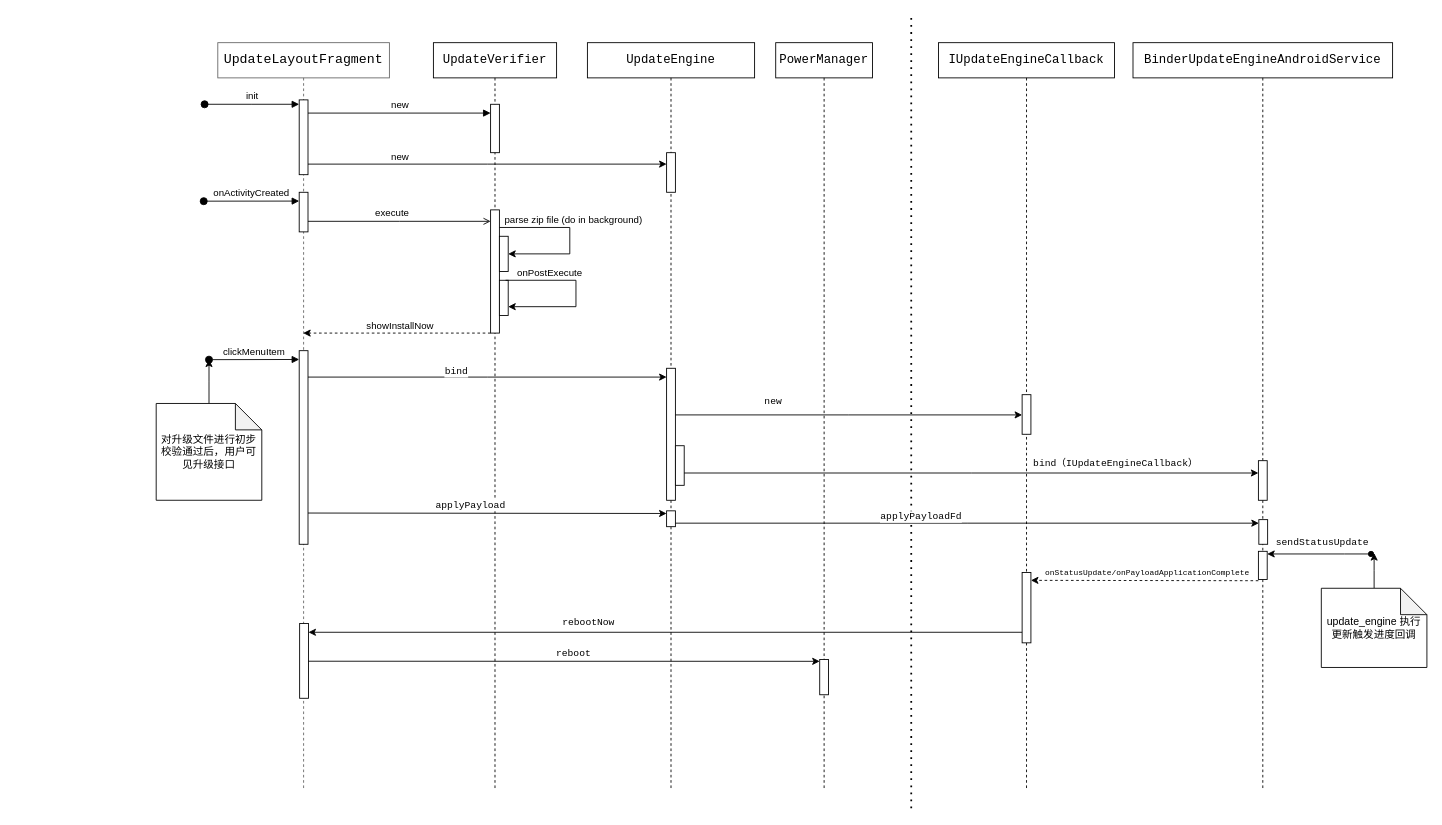
Earlier version of the draw.io diagram oat_update_engine_app.drawio (lklklk2017/TestDemo). Source tidied: cells renumbered, new cells numbered last; positions are measured from the earlier drawing's top-left corner, leaving out a move shared by most shapes. Both pictures are drawn from the tidied source at 88%, with x=0, y=0 at pixel (156, 16).
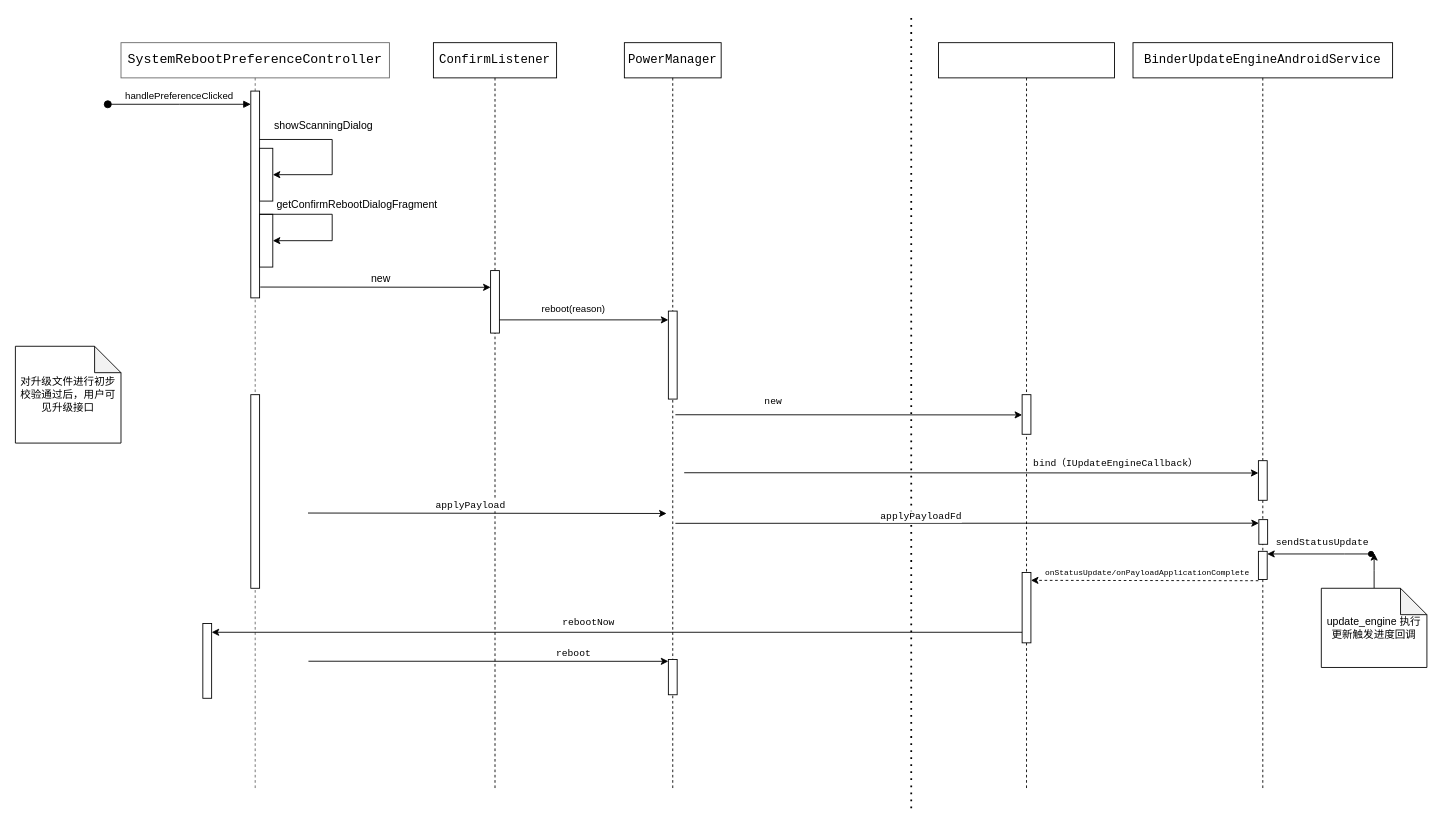
The same page after the edit.

The change refers to these unchanged cells:
```xml
<mxCell id="17" style="html=1;points=[];perimeter=orthogonalPerimeter;outlineConnect=0;targetShapes=umlLifeline;portConstraint=eastwest;newEdgeStyle={&quot;edgeStyle&quot;:&quot;elbowEdgeStyle&quot;,&quot;elbow&quot;:&quot;vertical&quot;,&quot;curved&quot;:0,&quot;rounded&quot;:0};" parent="15" vertex="1">
  <mxGeometry x="95" y="400" width="10" height="45" as="geometry" />
</mxCell>
<mxCell id="28" style="html=1;points=[];perimeter=orthogonalPerimeter;outlineConnect=0;targetShapes=umlLifeline;portConstraint=eastwest;newEdgeStyle={&quot;edgeStyle&quot;:&quot;elbowEdgeStyle&quot;,&quot;elbow&quot;:&quot;vertical&quot;,&quot;curved&quot;:0,&quot;rounded&quot;:0};" parent="27" vertex="1">
  <mxGeometry x="142.5" y="475" width="10" height="45" as="geometry" />
</mxCell>
<mxCell id="30" style="html=1;points=[];perimeter=orthogonalPerimeter;outlineConnect=0;targetShapes=umlLifeline;portConstraint=eastwest;newEdgeStyle={&quot;edgeStyle&quot;:&quot;elbowEdgeStyle&quot;,&quot;elbow&quot;:&quot;vertical&quot;,&quot;curved&quot;:0,&quot;rounded&quot;:0};" parent="27" vertex="1">
  <mxGeometry x="143" y="542" width="10" height="28" as="geometry" />
</mxCell>
```

The edit, as a diff of the source:
```diff
@@
-    <mxCell id="2" value="&lt;div style=&quot;font-family: &amp;quot;Source Code Pro&amp;quot;, monospace; font-size: 11.3pt;&quot;&gt;&lt;font style=&quot;&quot; color=&quot;#000000&quot;&gt;UpdateLayoutFragment&lt;/font&gt;&lt;/div&gt;" style="shape=umlLifeline;perimeter=lifelinePerimeter;whiteSpace=wrap;html=1;outlineConnect=0;portConstraint=eastwest;newEdgeStyle={&quot;edgeStyle&quot;:&quot;elbowEdgeStyle&quot;,&quot;elbow&quot;:&quot;vertical&quot;,&quot;curved&quot;:0,&quot;rounded&quot;:0};fillColor=default;fontColor=#333333;strokeColor=#666666;" parent="1" vertex="1">
-      <mxGeometry x="70" y="30" width="195" height="850" as="geometry" />
+    <mxCell id="2" value="&lt;div style=&quot;font-family: &amp;quot;Source Code Pro&amp;quot;, monospace; font-size: 11.3pt;&quot;&gt;&lt;font color=&quot;#000000&quot;&gt;SystemRebootPreferenceController&lt;/font&gt;&lt;/div&gt;" style="shape=umlLifeline;perimeter=lifelinePerimeter;whiteSpace=wrap;html=1;outlineConnect=0;portConstraint=eastwest;newEdgeStyle={&quot;edgeStyle&quot;:&quot;elbowEdgeStyle&quot;,&quot;elbow&quot;:&quot;vertical&quot;,&quot;curved&quot;:0,&quot;rounded&quot;:0};fillColor=default;fontColor=#333333;strokeColor=#666666;" parent="1" vertex="1">
+      <mxGeometry x="-40" y="30" width="305" height="850" as="geometry" />
     </mxCell>
     <mxCell id="3" style="html=1;points=[];perimeter=orthogonalPerimeter;outlineConnect=0;targetShapes=umlLifeline;portConstraint=eastwest;newEdgeStyle={&quot;edgeStyle&quot;:&quot;elbowEdgeStyle&quot;,&quot;elbow&quot;:&quot;vertical&quot;,&quot;curved&quot;:0,&quot;rounded&quot;:0};" parent="2" vertex="1">
-      <mxGeometry x="92.5" y="65" width="10" height="85" as="geometry" />
+      <mxGeometry x="147.5" y="55" width="10" height="235" as="geometry" />
     </mxCell>
-    <mxCell id="4" value="init" style="html=1;verticalAlign=bottom;startArrow=oval;endArrow=block;startSize=8;edgeStyle=elbowEdgeStyle;elbow=vertical;curved=0;rounded=0;" parent="2" edge="1" target="3">
+    <mxCell id="4" value="handlePreferenceClicked" style="html=1;verticalAlign=bottom;startArrow=oval;endArrow=block;startSize=8;edgeStyle=elbowEdgeStyle;elbow=vertical;curved=0;rounded=0;" parent="2" edge="1" target="3">
       <mxGeometry relative="1" as="geometry">
         <mxPoint x="-15" y="70" as="sourcePoint" />
       </mxGeometry>
     </mxCell>
-    <mxCell id="5" style="html=1;points=[];perimeter=orthogonalPerimeter;outlineConnect=0;targetShapes=umlLifeline;portConstraint=eastwest;newEdgeStyle={&quot;edgeStyle&quot;:&quot;elbowEdgeStyle&quot;,&quot;elbow&quot;:&quot;vertical&quot;,&quot;curved&quot;:0,&quot;rounded&quot;:0};" parent="2" vertex="1">
-      <mxGeometry x="92.5" y="170" width="10" height="45" as="geometry" />
-    </mxCell>
     <mxCell id="6" style="html=1;points=[];perimeter=orthogonalPerimeter;outlineConnect=0;targetShapes=umlLifeline;portConstraint=eastwest;newEdgeStyle={&quot;edgeStyle&quot;:&quot;elbowEdgeStyle&quot;,&quot;elbow&quot;:&quot;vertical&quot;,&quot;curved&quot;:0,&quot;rounded&quot;:0};" parent="2" vertex="1">
-      <mxGeometry x="92.5" y="350" width="10" height="220" as="geometry" />
+      <mxGeometry x="147.5" y="400" width="10" height="220" as="geometry" />
     </mxCell>
@@
-    <mxCell id="8" value="&lt;div style=&quot;font-family: &amp;quot;Source Code Pro&amp;quot;, monospace; font-size: 11.3pt;&quot;&gt;&lt;div style=&quot;font-size: 10.5pt;&quot;&gt;UpdateEngine&lt;/div&gt;&lt;/div&gt;" style="shape=umlLifeline;perimeter=lifelinePerimeter;whiteSpace=wrap;html=1;outlineConnect=0;portConstraint=eastwest;newEdgeStyle={&quot;edgeStyle&quot;:&quot;elbowEdgeStyle&quot;,&quot;elbow&quot;:&quot;vertical&quot;,&quot;curved&quot;:0,&quot;rounded&quot;:0};" parent="1" vertex="1">
-      <mxGeometry x="490" y="30" width="190" height="850" as="geometry" />
-    </mxCell>
-    <mxCell id="9" style="html=1;points=[];perimeter=orthogonalPerimeter;outlineConnect=0;targetShapes=umlLifeline;portConstraint=eastwest;newEdgeStyle={&quot;edgeStyle&quot;:&quot;elbowEdgeStyle&quot;,&quot;elbow&quot;:&quot;vertical&quot;,&quot;curved&quot;:0,&quot;rounded&quot;:0};" parent="8" vertex="1">
-      <mxGeometry x="90" y="370" width="10" height="150" as="geometry" />
-    </mxCell>
-    <mxCell id="10" style="html=1;points=[];perimeter=orthogonalPerimeter;outlineConnect=0;targetShapes=umlLifeline;portConstraint=eastwest;newEdgeStyle={&quot;edgeStyle&quot;:&quot;elbowEdgeStyle&quot;,&quot;elbow&quot;:&quot;vertical&quot;,&quot;curved&quot;:0,&quot;rounded&quot;:0};" parent="8" vertex="1">
-      <mxGeometry x="90" y="125" width="10" height="45" as="geometry" />
-    </mxCell>
-    <mxCell id="11" style="html=1;points=[];perimeter=orthogonalPerimeter;outlineConnect=0;targetShapes=umlLifeline;portConstraint=eastwest;newEdgeStyle={&quot;edgeStyle&quot;:&quot;elbowEdgeStyle&quot;,&quot;elbow&quot;:&quot;vertical&quot;,&quot;curved&quot;:0,&quot;rounded&quot;:0};" parent="8" vertex="1">
-      <mxGeometry x="100" y="458" width="10" height="45" as="geometry" />
-    </mxCell>
-    <mxCell id="12" style="edgeStyle=elbowEdgeStyle;rounded=0;jettySize=auto;html=1;elbow=vertical;curved=0;" parent="8" edge="1" source="13" target="8">
-      <mxGeometry relative="1" as="geometry" />
-    </mxCell>
-    <mxCell id="13" style="html=1;points=[];perimeter=orthogonalPerimeter;outlineConnect=0;targetShapes=umlLifeline;portConstraint=eastwest;newEdgeStyle={&quot;edgeStyle&quot;:&quot;elbowEdgeStyle&quot;,&quot;elbow&quot;:&quot;vertical&quot;,&quot;curved&quot;:0,&quot;rounded&quot;:0};" parent="8" vertex="1">
-      <mxGeometry x="90" y="532" width="10" height="18" as="geometry" />
-    </mxCell>
-    <mxCell id="14" value="new" style="html=1;verticalAlign=bottom;endArrow=block;edgeStyle=elbowEdgeStyle;elbow=vertical;curved=0;rounded=0;" parent="1" edge="1" source="3" target="21">
-      <mxGeometry relative="1" as="geometry">
-        <Array as="points">
-          <mxPoint x="285" y="110" />
-        </Array>
-      </mxGeometry>
-    </mxCell>
-    <mxCell id="15" value="&lt;div style=&quot;font-family: &amp;quot;Source Code Pro&amp;quot;, monospace; font-size: 11.3pt;&quot;&gt;&lt;div style=&quot;font-size: 11.3pt;&quot;&gt;&lt;div style=&quot;font-size: 10.5pt;&quot;&gt;IUpdateEngineCallback&lt;/div&gt;&lt;/div&gt;&lt;/div&gt;" style="shape=umlLifeline;perimeter=lifelinePerimeter;whiteSpace=wrap;html=1;outlineConnect=0;portConstraint=eastwest;newEdgeStyle={&quot;edgeStyle&quot;:&quot;elbowEdgeStyle&quot;,&quot;elbow&quot;:&quot;vertical&quot;,&quot;curved&quot;:0,&quot;rounded&quot;:0};" parent="1" vertex="1">
+    <mxCell id="15" value="&lt;div style=&quot;font-family: &amp;quot;Source Code Pro&amp;quot;, monospace; font-size: 11.3pt;&quot;&gt;&lt;div style=&quot;font-size: 11.3pt;&quot;&gt;&lt;div style=&quot;font-size: 10.5pt;&quot;&gt;&lt;br&gt;&lt;/div&gt;&lt;/div&gt;&lt;/div&gt;" style="shape=umlLifeline;perimeter=lifelinePerimeter;whiteSpace=wrap;html=1;outlineConnect=0;portConstraint=eastwest;newEdgeStyle={&quot;edgeStyle&quot;:&quot;elbowEdgeStyle&quot;,&quot;elbow&quot;:&quot;vertical&quot;,&quot;curved&quot;:0,&quot;rounded&quot;:0};" parent="1" vertex="1">
       <mxGeometry x="889" y="30" width="200" height="850" as="geometry" />
     </mxCell>
@@
-    <mxCell id="19" value="&lt;div style=&quot;font-family: &amp;quot;Source Code Pro&amp;quot;, monospace; font-size: 11.3pt;&quot;&gt;&lt;div style=&quot;font-size: 10.5pt;&quot;&gt;UpdateVerifier&lt;/div&gt;&lt;/div&gt;" style="shape=umlLifeline;perimeter=lifelinePerimeter;whiteSpace=wrap;html=1;newEdgeStyle={&quot;edgeStyle&quot;:&quot;elbowEdgeStyle&quot;,&quot;elbow&quot;:&quot;vertical&quot;,&quot;curved&quot;:0,&quot;rounded&quot;:0};" parent="1" vertex="1">
+    <mxCell id="19" value="&lt;div style=&quot;font-family: &amp;quot;Source Code Pro&amp;quot;, monospace; font-size: 11.3pt;&quot;&gt;&lt;div style=&quot;font-size: 10.5pt;&quot;&gt;ConfirmListener&lt;/div&gt;&lt;/div&gt;" style="shape=umlLifeline;perimeter=lifelinePerimeter;whiteSpace=wrap;html=1;newEdgeStyle={&quot;edgeStyle&quot;:&quot;elbowEdgeStyle&quot;,&quot;elbow&quot;:&quot;vertical&quot;,&quot;curved&quot;:0,&quot;rounded&quot;:0};" parent="1" vertex="1">
       <mxGeometry x="315" y="30" width="140" height="850" as="geometry" />
     </mxCell>
     <mxCell id="20" style="html=1;points=[];perimeter=orthogonalPerimeter;outlineConnect=0;targetShapes=umlLifeline;portConstraint=eastwest;newEdgeStyle={&quot;edgeStyle&quot;:&quot;elbowEdgeStyle&quot;,&quot;elbow&quot;:&quot;vertical&quot;,&quot;curved&quot;:0,&quot;rounded&quot;:0};" parent="19" vertex="1">
-      <mxGeometry x="65" y="190" width="10" height="140" as="geometry" />
+      <mxGeometry x="65" y="259" width="10" height="71" as="geometry" />
     </mxCell>
-    <mxCell id="21" style="html=1;points=[];perimeter=orthogonalPerimeter;outlineConnect=0;targetShapes=umlLifeline;portConstraint=eastwest;newEdgeStyle={&quot;edgeStyle&quot;:&quot;elbowEdgeStyle&quot;,&quot;elbow&quot;:&quot;vertical&quot;,&quot;curved&quot;:0,&quot;rounded&quot;:0};" parent="19" vertex="1">
-      <mxGeometry x="65" y="70" width="10" height="55" as="geometry" />
-    </mxCell>
-    <mxCell id="22" style="html=1;points=[];perimeter=orthogonalPerimeter;outlineConnect=0;targetShapes=umlLifeline;portConstraint=eastwest;newEdgeStyle={&quot;edgeStyle&quot;:&quot;elbowEdgeStyle&quot;,&quot;elbow&quot;:&quot;vertical&quot;,&quot;curved&quot;:0,&quot;rounded&quot;:0};" parent="19" vertex="1">
-      <mxGeometry x="75" y="220" width="10" height="40" as="geometry" />
-    </mxCell>
-    <mxCell id="23" style="endArrow=classic;html=1;rounded=0;endFill=1;" parent="19" edge="1" source="20" target="22">
-      <mxGeometry relative="1" as="geometry">
-        <Array as="points">
-          <mxPoint x="155" y="210" />
-          <mxPoint x="155" y="240" />
-        </Array>
-      </mxGeometry>
-    </mxCell>
-    <mxCell id="24" style="html=1;points=[];perimeter=orthogonalPerimeter;outlineConnect=0;targetShapes=umlLifeline;portConstraint=eastwest;newEdgeStyle={&quot;edgeStyle&quot;:&quot;elbowEdgeStyle&quot;,&quot;elbow&quot;:&quot;vertical&quot;,&quot;curved&quot;:0,&quot;rounded&quot;:0};" parent="19" vertex="1">
-      <mxGeometry x="75" y="270" width="10" height="40" as="geometry" />
-    </mxCell>
-    <mxCell id="25" style="edgeStyle=elbowEdgeStyle;rounded=0;jettySize=auto;html=1;elbow=vertical;curved=0;endArrow=open;endFill=0;" parent="1" edge="1" source="5" target="20">
-      <mxGeometry relative="1" as="geometry" />
-    </mxCell>
-    <mxCell id="26" value="execute" style="edgeLabel;html=1;align=center;verticalAlign=middle;" parent="25" vertex="1">
-      <mxGeometry x="-0.18" y="-1" relative="1" as="geometry">
-        <mxPoint x="10" y="-11" as="offset" />
-      </mxGeometry>
-    </mxCell>
@@
-    <mxCell id="33" value="onActivityCreated" style="html=1;verticalAlign=bottom;startArrow=oval;endArrow=block;startSize=8;edgeStyle=elbowEdgeStyle;elbow=vertical;curved=0;rounded=0;" parent="1" edge="1" target="5">
-      <mxGeometry relative="1" as="geometry">
-        <mxPoint x="54" y="210.1" as="sourcePoint" />
-      </mxGeometry>
-    </mxCell>
-    <mxCell id="34" value="parse zip file (do in background)" style="edgeLabel;html=1;align=center;verticalAlign=middle;" parent="1" vertex="1">
-      <mxGeometry x="477" y="229" as="geometry">
+    <mxCell id="34" value="reboot(reason)" style="edgeLabel;html=1;align=center;verticalAlign=middle;" parent="1" vertex="1">
+      <mxGeometry x="477" y="330" as="geometry">
         <mxPoint x="-4" y="1" as="offset" />
       </mxGeometry>
     </mxCell>
-    <mxCell id="35" style="endArrow=classic;html=1;rounded=0;endFill=1;" parent="1" edge="1" target="24">
-      <mxGeometry relative="1" as="geometry">
-        <mxPoint x="397" y="300" as="sourcePoint" />
-        <Array as="points">
-          <mxPoint x="477" y="300" />
-          <mxPoint x="477" y="330" />
-        </Array>
-      </mxGeometry>
-    </mxCell>
-    <mxCell id="36" value="onPostExecute" style="edgeLabel;html=1;align=center;verticalAlign=middle;" parent="1" vertex="1">
-      <mxGeometry x="450" y="290" as="geometry">
-        <mxPoint x="-4" y="1" as="offset" />
-      </mxGeometry>
-    </mxCell>
-    <mxCell id="37" value="showInstallNow" style="edgeLabel;html=1;align=center;verticalAlign=middle;" parent="1" vertex="1">
-      <mxGeometry x="280" y="350" as="geometry">
-        <mxPoint x="-4" y="1" as="offset" />
-      </mxGeometry>
-    </mxCell>
-    <mxCell id="38" style="endArrow=classic;html=1;rounded=0;endFill=1;dashed=1;" parent="1" edge="1" source="20" target="2">
-      <mxGeometry relative="1" as="geometry">
-        <Array as="points">
-          <mxPoint x="350" y="360" />
-          <mxPoint x="240" y="360" />
-        </Array>
-      </mxGeometry>
-    </mxCell>
-    <mxCell id="39" value="clickMenuItem" style="html=1;verticalAlign=bottom;startArrow=oval;endArrow=block;startSize=8;edgeStyle=elbowEdgeStyle;elbow=vertical;curved=0;rounded=0;" parent="1" edge="1" target="6">
-      <mxGeometry relative="1" as="geometry">
-        <mxPoint x="60" y="390.2" as="sourcePoint" />
-      </mxGeometry>
-    </mxCell>
-    <mxCell id="40" style="edgeStyle=elbowEdgeStyle;rounded=0;jettySize=auto;html=1;elbow=vertical;curved=0;" parent="1" edge="1" source="6">
-      <mxGeometry relative="1" as="geometry">
-        <mxPoint x="580" y="410" as="targetPoint" />
-      </mxGeometry>
-    </mxCell>
-    <mxCell id="41" value="&lt;div style=&quot;font-family: &amp;quot;Source Code Pro&amp;quot;, monospace;&quot;&gt;&lt;font style=&quot;font-size: 11px;&quot;&gt;bind&lt;/font&gt;&lt;/div&gt;" style="edgeLabel;html=1;align=center;verticalAlign=middle;" parent="1" vertex="1">
-      <mxGeometry x="340" y="396" as="geometry">
-        <mxPoint y="7" as="offset" />
-      </mxGeometry>
-    </mxCell>
-    <mxCell id="42" style="edgeStyle=elbowEdgeStyle;rounded=0;jettySize=auto;html=1;elbow=vertical;curved=0;" parent="1" edge="1" source="3" target="10">
-      <mxGeometry relative="1" as="geometry" />
-    </mxCell>
-    <mxCell id="43" value="new" style="edgeLabel;html=1;align=center;verticalAlign=middle;" parent="1" vertex="1">
-      <mxGeometry x="274" y="235.6" as="geometry">
-        <mxPoint x="2" y="-76" as="offset" />
-      </mxGeometry>
-    </mxCell>
-    <mxCell id="44" style="edgeStyle=elbowEdgeStyle;rounded=0;jettySize=auto;html=1;elbow=vertical;curved=0;" parent="1" edge="1" source="9" target="17">
-      <mxGeometry relative="1" as="geometry" />
+    <mxCell id="44" style="edgeStyle=elbowEdgeStyle;rounded=0;jettySize=auto;html=1;elbow=vertical;curved=0;" parent="1" edge="1" target="17">
+      <mxGeometry relative="1" as="geometry">
+        <mxPoint x="590" y="452.8" as="sourcePoint" />
+      </mxGeometry>
     </mxCell>
@@
-    <mxCell id="46" style="edgeStyle=elbowEdgeStyle;rounded=0;jettySize=auto;html=1;elbow=vertical;curved=0;" parent="1" edge="1" source="11" target="28">
-      <mxGeometry relative="1" as="geometry" />
+    <mxCell id="46" style="edgeStyle=elbowEdgeStyle;rounded=0;jettySize=auto;html=1;elbow=vertical;curved=0;" parent="1" edge="1" target="28">
+      <mxGeometry relative="1" as="geometry">
+        <mxPoint x="600" y="518.7" as="sourcePoint" />
+      </mxGeometry>
     </mxCell>
@@
     <mxCell id="55" value="&lt;div style=&quot;font-family: &amp;quot;Source Code Pro&amp;quot;, monospace; font-size: 11.3pt;&quot;&gt;&lt;div style=&quot;font-size: 11.3pt;&quot;&gt;&lt;div style=&quot;font-size: 10.5pt;&quot;&gt;PowerManager&lt;/div&gt;&lt;/div&gt;&lt;/div&gt;" style="shape=umlLifeline;perimeter=lifelinePerimeter;whiteSpace=wrap;html=1;newEdgeStyle={&quot;edgeStyle&quot;:&quot;elbowEdgeStyle&quot;,&quot;elbow&quot;:&quot;vertical&quot;,&quot;curved&quot;:0,&quot;rounded&quot;:0};" parent="1" vertex="1">
-      <mxGeometry x="704" y="30" width="110" height="850" as="geometry" />
+      <mxGeometry x="532" y="30" width="110" height="850" as="geometry" />
     </mxCell>
@@
+    <mxCell id="22" style="html=1;points=[];perimeter=orthogonalPerimeter;outlineConnect=0;targetShapes=umlLifeline;portConstraint=eastwest;newEdgeStyle={&quot;edgeStyle&quot;:&quot;elbowEdgeStyle&quot;,&quot;elbow&quot;:&quot;vertical&quot;,&quot;curved&quot;:0,&quot;rounded&quot;:0};" parent="55" vertex="1">
+      <mxGeometry x="50" y="305" width="10" height="100" as="geometry" />
+    </mxCell>
@@
-    <mxCell id="61" style="edgeStyle=elbowEdgeStyle;rounded=0;jettySize=auto;html=1;elbow=vertical;curved=0;" parent="1" edge="1" source="13" target="30">
-      <mxGeometry relative="1" as="geometry" />
+    <mxCell id="61" style="edgeStyle=elbowEdgeStyle;rounded=0;jettySize=auto;html=1;elbow=vertical;curved=0;" parent="1" edge="1" target="30">
+      <mxGeometry relative="1" as="geometry">
+        <mxPoint x="590" y="576.2" as="sourcePoint" />
+      </mxGeometry>
     </mxCell>
@@
-    <mxCell id="63" style="edgeStyle=orthogonalEdgeStyle;rounded=0;jettySize=auto;html=1;" parent="1" edge="1" source="64">
-      <mxGeometry relative="1" as="geometry">
-        <mxPoint x="60" y="390" as="targetPoint" />
-      </mxGeometry>
-    </mxCell>
     <mxCell id="64" value="对升级文件进行初步校验通过后，用户可见升级接口" style="shape=note;whiteSpace=wrap;html=1;backgroundOutline=1;darkOpacity=0.05;" parent="1" vertex="1">
-      <mxGeometry y="440" width="120" height="110" as="geometry" />
+      <mxGeometry x="-160" y="375" width="120" height="110" as="geometry" />
     </mxCell>
+    <mxCell id="65" style="whiteSpace=wrap;html=1;" parent="1" vertex="1">
+      <mxGeometry x="117.5" y="150" width="15" height="60" as="geometry" />
+    </mxCell>
+    <mxCell id="66" style="edgeStyle=elbowEdgeStyle;rounded=0;jettySize=auto;html=1;elbow=vertical;curved=0;entryX=1;entryY=0.5;entryDx=0;entryDy=0;" parent="1" edge="1" source="3" target="65">
+      <mxGeometry relative="1" as="geometry">
+        <Array as="points">
+          <mxPoint x="200" y="140" />
+        </Array>
+      </mxGeometry>
+    </mxCell>
+    <mxCell id="67" value="showScanningDialog" style="text;html=1;align=center;verticalAlign=middle;strokeColor=none;fillColor=none;" parent="1" vertex="1">
+      <mxGeometry x="120" y="110" width="140" height="30" as="geometry" />
+    </mxCell>
+    <mxCell id="68" style="whiteSpace=wrap;html=1;" parent="1" vertex="1">
+      <mxGeometry x="117.5" y="225" width="15" height="60" as="geometry" />
+    </mxCell>
+    <mxCell id="69" style="edgeStyle=none;rounded=0;orthogonalLoop=1;jettySize=auto;html=1;entryX=1;entryY=0.5;entryDx=0;entryDy=0;" parent="1" edge="1" source="68" target="68">
+      <mxGeometry relative="1" as="geometry" />
+    </mxCell>
+    <mxCell id="70" style="edgeStyle=elbowEdgeStyle;rounded=0;orthogonalLoop=1;jettySize=auto;html=1;elbow=vertical;curved=0;entryX=1;entryY=0.5;entryDx=0;entryDy=0;exitX=0;exitY=0;exitDx=0;exitDy=0;" parent="1" edge="1" source="68" target="68">
+      <mxGeometry relative="1" as="geometry">
+        <Array as="points">
+          <mxPoint x="200" y="220" />
+        </Array>
+      </mxGeometry>
+    </mxCell>
+    <mxCell id="71" value="getConfirmRebootDialogFragment" style="text;html=1;align=center;verticalAlign=middle;strokeColor=none;fillColor=none;" parent="1" vertex="1">
+      <mxGeometry x="123" y="199" width="210" height="30" as="geometry" />
+    </mxCell>
+    <mxCell id="72" style="edgeStyle=elbowEdgeStyle;rounded=0;orthogonalLoop=1;jettySize=auto;html=1;elbow=vertical;curved=0;" parent="1" edge="1">
+      <mxGeometry relative="1" as="geometry">
+        <mxPoint x="118.2" y="307.7" as="sourcePoint" />
+        <mxPoint x="380" y="307.3" as="targetPoint" />
+      </mxGeometry>
+    </mxCell>
+    <mxCell id="73" value="new" style="text;html=1;align=center;verticalAlign=middle;strokeColor=none;fillColor=none;" parent="1" vertex="1">
+      <mxGeometry x="230" y="284" width="50" height="30" as="geometry" />
+    </mxCell>
+    <mxCell id="74" style="endArrow=classic;html=1;rounded=0;endFill=1;" parent="1" edge="1">
+      <mxGeometry relative="1" as="geometry">
+        <mxPoint x="390" y="345" as="sourcePoint" />
+        <mxPoint x="582" y="345" as="targetPoint" />
+      </mxGeometry>
+    </mxCell>
```
